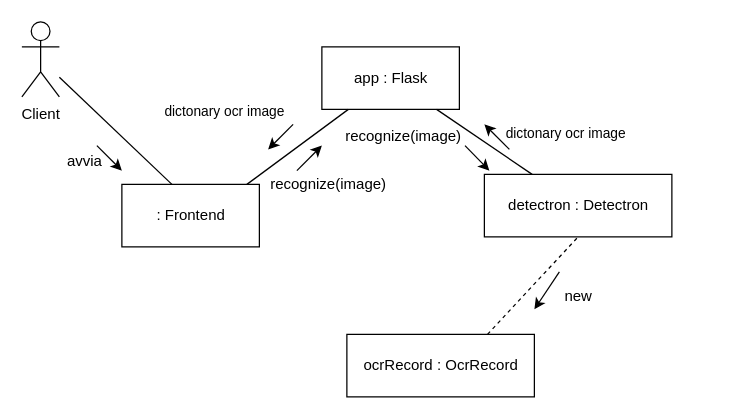
Andrew-Wyn/ing_SW_DIL keeps this draw.io diagram as report/uml_comm.drawio. Above is the earlier version. Source tidied: cells renumbered, new cells numbered last; positions are measured from the earlier drawing's top-left corner, leaving out a move shared by most shapes. Both pictures are drawn from the tidied source at 125%, with x=0, y=0 at pixel (21, 21).
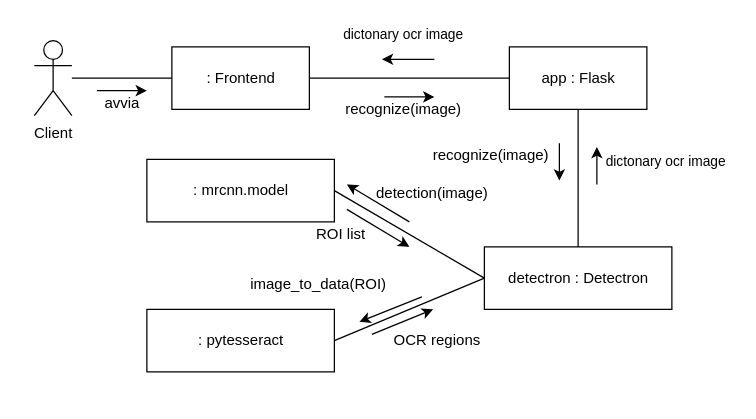
The same page after the edit.

Diff of the diagram source:
```diff
@@
     <mxCell id="2" value=": Frontend" style="html=1;" parent="1" vertex="1">
-      <mxGeometry x="80" y="130" width="110" height="50" as="geometry" />
+      <mxGeometry x="120" y="20" width="110" height="50" as="geometry" />
     </mxCell>
     <mxCell id="3" value="app : Flask" style="html=1;" parent="1" vertex="1">
-      <mxGeometry x="240" y="20" width="110" height="50" as="geometry" />
+      <mxGeometry x="390" y="20" width="110" height="50" as="geometry" />
     </mxCell>
     <mxCell id="4" value="detectron : Detectron" style="html=1;" parent="1" vertex="1">
-      <mxGeometry x="370" y="122" width="150" height="50" as="geometry" />
+      <mxGeometry x="370" y="180" width="150" height="50" as="geometry" />
     </mxCell>
-    <mxCell id="5" value="ocrRecord : OcrRecord" style="html=1;" parent="1" vertex="1">
-      <mxGeometry x="260" y="250" width="150" height="50" as="geometry" />
+    <mxCell id="5" value=": mrcnn.model" style="html=1;" parent="1" vertex="1">
+      <mxGeometry x="100" y="110" width="150" height="50" as="geometry" />
     </mxCell>
-    <mxCell id="6" style="endArrow=none;html=1;" parent="1" edge="1" target="3">
-      <mxGeometry relative="1" as="geometry">
-        <mxPoint x="180" y="130" as="sourcePoint" />
-      </mxGeometry>
+    <mxCell id="6" style="endArrow=none;html=1;exitX=1;exitY=0.5;exitDx=0;exitDy=0;" parent="1" edge="1" source="2" target="3">
+      <mxGeometry relative="1" as="geometry" />
     </mxCell>
     <mxCell id="7" style="endArrow=classic;html=1;" parent="1" edge="1">
       <mxGeometry relative="1" as="geometry">
-        <mxPoint x="220" y="119" as="sourcePoint" />
-        <mxPoint x="240" y="99" as="targetPoint" />
+        <mxPoint x="290" y="60" as="sourcePoint" />
+        <mxPoint x="330" y="60" as="targetPoint" />
       </mxGeometry>
     </mxCell>
     <mxCell id="8" value="recognize(image)" style="text;html=1;align=center;verticalAlign=middle;" parent="1" vertex="1">
-      <mxGeometry x="190" y="120" width="110" height="20" as="geometry" />
+      <mxGeometry x="250" y="60" width="110" height="20" as="geometry" />
     </mxCell>
     <mxCell id="9" style="endArrow=classic;html=1;" parent="1" edge="1">
       <mxGeometry relative="1" as="geometry">
-        <mxPoint x="217" y="82" as="sourcePoint" />
-        <mxPoint x="197" y="102" as="targetPoint" />
+        <mxPoint x="330" y="29.9" as="sourcePoint" />
+        <mxPoint x="288" y="29.9" as="targetPoint" />
       </mxGeometry>
     </mxCell>
     <mxCell id="10" value="&lt;span style=&quot;font-size: 11px ; background-color: rgb(255 , 255 , 255)&quot;&gt;dictonary ocr image&lt;/span&gt;" style="text;html=1;align=center;verticalAlign=middle;" parent="1" vertex="1">
-      <mxGeometry x="107" y="62" width="110" height="20" as="geometry" />
+      <mxGeometry x="250" width="110" height="20" as="geometry" />
     </mxCell>
@@
-    <mxCell id="12" style="endArrow=classic;html=1;" parent="1" edge="1">
-      <mxGeometry relative="1" as="geometry">
-        <mxPoint x="354.5" y="99" as="sourcePoint" />
-        <mxPoint x="374" y="119" as="targetPoint" />
-        <Array as="points">
-          <mxPoint x="354" y="99" />
-        </Array>
-      </mxGeometry>
-    </mxCell>
     <mxCell id="13" style="endArrow=classic;html=1;" parent="1" edge="1">
       <mxGeometry relative="1" as="geometry">
-        <mxPoint x="390" y="102" as="sourcePoint" />
-        <mxPoint x="370" y="82" as="targetPoint" />
+        <mxPoint x="460" y="130" as="sourcePoint" />
+        <mxPoint x="460" y="100" as="targetPoint" />
       </mxGeometry>
     </mxCell>
     <mxCell id="14" value="recognize(image)" style="text;html=1;align=center;verticalAlign=middle;" parent="1" vertex="1">
-      <mxGeometry x="250" y="82" width="110" height="20" as="geometry" />
+      <mxGeometry x="320" y="97" width="110" height="20" as="geometry" />
     </mxCell>
     <mxCell id="15" value="&lt;span style=&quot;font-size: 11px ; background-color: rgb(255 , 255 , 255)&quot;&gt;dictonary ocr image&lt;/span&gt;" style="text;html=1;align=center;verticalAlign=middle;" parent="1" vertex="1">
-      <mxGeometry x="380" y="79" width="110" height="20" as="geometry" />
+      <mxGeometry x="460" y="102" width="110" height="20" as="geometry" />
     </mxCell>
-    <mxCell id="16" style="endArrow=none;dashed=1;html=1;exitX=0.75;exitY=0;exitDx=0;exitDy=0;entryX=0.5;entryY=1;entryDx=0;entryDy=0;" parent="1" edge="1" source="5" target="4">
-      <mxGeometry relative="1" as="geometry" />
-    </mxCell>
-    <mxCell id="17" style="endArrow=classic;html=1;" parent="1" edge="1">
-      <mxGeometry relative="1" as="geometry">
-        <mxPoint x="430" y="200" as="sourcePoint" />
-        <mxPoint x="410" y="230" as="targetPoint" />
-      </mxGeometry>
-    </mxCell>
-    <mxCell id="18" value="new" style="text;html=1;align=center;verticalAlign=middle;" parent="1" vertex="1">
-      <mxGeometry x="425" y="210" width="40" height="20" as="geometry" />
-    </mxCell>
     <mxCell id="19" value="Client" style="shape=umlActor;verticalLabelPosition=bottom;labelBackgroundColor=#ffffff;verticalAlign=top;html=1;outlineConnect=0;" parent="1" vertex="1">
-      <mxGeometry width="30" height="60" as="geometry" />
+      <mxGeometry x="10" y="15" width="30" height="60" as="geometry" />
     </mxCell>
-    <mxCell id="20" style="endArrow=none;html=1;entryX=0.364;entryY=0;entryDx=0;entryDy=0;entryPerimeter=0;" parent="1" edge="1" source="19" target="2">
+    <mxCell id="20" style="endArrow=none;html=1;entryX=0;entryY=0.5;entryDx=0;entryDy=0;" parent="1" edge="1" source="19" target="2">
       <mxGeometry relative="1" as="geometry" />
     </mxCell>
     <mxCell id="21" style="endArrow=classic;html=1;" parent="1" edge="1">
       <mxGeometry relative="1" as="geometry">
-        <mxPoint x="60" y="99" as="sourcePoint" />
-        <mxPoint x="80" y="119" as="targetPoint" />
+        <mxPoint x="60" y="55" as="sourcePoint" />
+        <mxPoint x="100" y="55" as="targetPoint" />
       </mxGeometry>
     </mxCell>
     <mxCell id="22" value="avvia" style="text;html=1;align=center;verticalAlign=middle;" parent="1" vertex="1">
-      <mxGeometry x="30" y="102" width="40" height="20" as="geometry" />
+      <mxGeometry x="60" y="55" width="40" height="20" as="geometry" />
     </mxCell>
+    <mxCell id="23" value=": pytesseract" style="html=1;" parent="1" vertex="1">
+      <mxGeometry x="100" y="230" width="150" height="50" as="geometry" />
+    </mxCell>
+    <mxCell id="24" style="endArrow=classic;html=1;" parent="1" edge="1">
+      <mxGeometry relative="1" as="geometry">
+        <mxPoint x="430" y="97" as="sourcePoint" />
+        <mxPoint x="430" y="127" as="targetPoint" />
+      </mxGeometry>
+    </mxCell>
+    <mxCell id="16" style="endArrow=none;html=1;exitX=1;exitY=0.5;exitDx=0;exitDy=0;entryX=0;entryY=0.5;entryDx=0;entryDy=0;" parent="1" edge="1" source="5" target="4">
+      <mxGeometry relative="1" as="geometry" />
+    </mxCell>
+    <mxCell id="25" style="endArrow=none;html=1;exitX=0;exitY=0.5;exitDx=0;exitDy=0;entryX=1;entryY=0.5;entryDx=0;entryDy=0;" parent="1" edge="1" source="4" target="23">
+      <mxGeometry relative="1" as="geometry" />
+    </mxCell>
+    <mxCell id="26" style="endArrow=classic;html=1;" parent="1" edge="1">
+      <mxGeometry relative="1" as="geometry">
+        <mxPoint x="310" y="160" as="sourcePoint" />
+        <mxPoint x="260" y="130" as="targetPoint" />
+      </mxGeometry>
+    </mxCell>
+    <mxCell id="27" style="endArrow=classic;html=1;" parent="1" edge="1">
+      <mxGeometry relative="1" as="geometry">
+        <mxPoint x="260" y="150" as="sourcePoint" />
+        <mxPoint x="310" y="180" as="targetPoint" />
+      </mxGeometry>
+    </mxCell>
+    <mxCell id="28" style="endArrow=classic;html=1;" parent="1" edge="1">
+      <mxGeometry relative="1" as="geometry">
+        <mxPoint x="280" y="250" as="sourcePoint" />
+        <mxPoint x="329" y="230" as="targetPoint" />
+      </mxGeometry>
+    </mxCell>
+    <mxCell id="29" style="endArrow=classic;html=1;" parent="1" edge="1">
+      <mxGeometry relative="1" as="geometry">
+        <mxPoint x="320" y="220" as="sourcePoint" />
+        <mxPoint x="270" y="240" as="targetPoint" />
+      </mxGeometry>
+    </mxCell>
+    <mxCell id="30" value="detection(image)" style="text;html=1;align=center;verticalAlign=middle;" parent="1" vertex="1">
+      <mxGeometry x="278" y="127" width="100" height="20" as="geometry" />
+    </mxCell>
+    <mxCell id="31" value="ROI list" style="text;html=1;align=center;verticalAlign=middle;" parent="1" vertex="1">
+      <mxGeometry x="230" y="160" width="50" height="20" as="geometry" />
+    </mxCell>
+    <mxCell id="32" value="image_to_data(ROI)" style="text;html=1;align=center;verticalAlign=middle;" parent="1" vertex="1">
+      <mxGeometry x="177" y="200" width="120" height="20" as="geometry" />
+    </mxCell>
+    <mxCell id="33" value="OCR regions" style="text;html=1;align=center;verticalAlign=middle;" parent="1" vertex="1">
+      <mxGeometry x="292" y="245" width="80" height="20" as="geometry" />
+    </mxCell>
```
